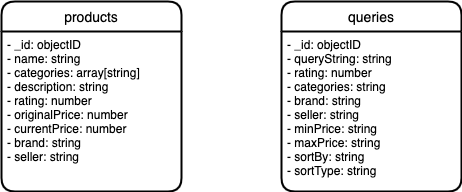
This is images/database-design.png from ncd/iCommerce-project, a draw.io export, as it was before one commit. Source tidied: cells renumbered, new cells last; positions are measured from the earlier drawing's top-left corner, leaving out a move shared by most shapes.
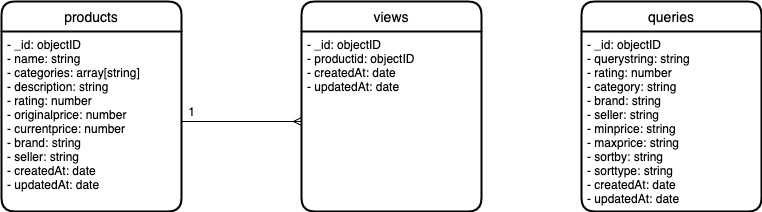
Later version of the same file.

Change to the diagram source:
```diff
@@ -3,16 +3,28 @@
     <mxCell id="0" />
     <mxCell id="1" parent="0" />
     <mxCell id="2" value="products" style="swimlane;horizontal=1;startSize=30;rounded=1;fontSize=14;fontStyle=0;strokeWidth=2;shadow=0;dashed=0;align=center;" parent="1" vertex="1">
-      <mxGeometry width="180" height="190" as="geometry" />
+      <mxGeometry x="-90" y="-110" width="180" height="210" as="geometry" />
     </mxCell>
-    <mxCell id="3" value="- _id: objectID&#10;- name: string&#10;- categories: array[string]&#10;- description: string&#10;- rating: number&#10;- originalPrice: number&#10;- currentPrice: number&#10;- brand: string&#10;- seller: string" style="align=left;strokeColor=none;fillColor=none;spacingLeft=4;fontSize=12;verticalAlign=top;" parent="2" vertex="1">
-      <mxGeometry y="30" width="180" height="160" as="geometry" />
+    <mxCell id="3" value="- _id: objectID&#10;- name: string&#10;- categories: array[string]&#10;- description: string&#10;- rating: number&#10;- originalprice: number&#10;- currentprice: number&#10;- brand: string&#10;- seller: string&#10;- createdAt: date&#10;- updatedAt: date" style="align=left;strokeColor=none;fillColor=none;spacingLeft=4;fontSize=12;verticalAlign=top;" parent="2" vertex="1">
+      <mxGeometry y="30" width="180" height="180" as="geometry" />
     </mxCell>
+    <mxCell id="6" value="views" style="swimlane;horizontal=1;startSize=30;rounded=1;fontSize=14;fontStyle=0;strokeWidth=2;shadow=0;dashed=0;align=center;" parent="1" vertex="1">
+      <mxGeometry x="210" y="-110" width="180" height="210" as="geometry" />
+    </mxCell>
+    <mxCell id="7" value="- _id: objectID&#10;- productid: objectID&#10;- createdAt: date&#10;- updatedAt: date" style="align=left;strokeColor=none;fillColor=none;spacingLeft=4;fontSize=12;verticalAlign=top;" parent="6" vertex="1">
+      <mxGeometry y="30" width="180" height="180" as="geometry" />
+    </mxCell>
     <mxCell id="4" value="queries" style="swimlane;horizontal=1;startSize=30;rounded=1;fontSize=14;fontStyle=0;strokeWidth=2;shadow=0;dashed=0;align=center;" parent="1" vertex="1">
-      <mxGeometry x="280" width="180" height="190" as="geometry" />
+      <mxGeometry x="490" y="-110" width="180" height="210" as="geometry" />
     </mxCell>
-    <mxCell id="5" value="- _id: objectID&#10;- queryString: string&#10;- rating: number&#10;- categories: string&#10;- brand: string&#10;- seller: string&#10;- minPrice: string&#10;- maxPrice: string&#10;- sortBy: string&#10;- sortType: string" style="align=left;strokeColor=none;fillColor=none;spacingLeft=4;fontSize=12;verticalAlign=top;" parent="4" vertex="1">
-      <mxGeometry y="30" width="180" height="160" as="geometry" />
+    <mxCell id="5" value="- _id: objectID&#10;- querystring: string&#10;- rating: number&#10;- category: string&#10;- brand: string&#10;- seller: string&#10;- minprice: string&#10;- maxprice: string&#10;- sortby: string&#10;- sorttype: string&#10;- createdAt: date&#10;- updatedAt: date" style="align=left;strokeColor=none;fillColor=none;spacingLeft=4;fontSize=12;verticalAlign=top;" parent="4" vertex="1">
+      <mxGeometry y="30" width="180" height="180" as="geometry" />
     </mxCell>
+    <mxCell id="8" style="edgeStyle=orthogonalEdgeStyle;rounded=0;jettySize=auto;html=1;entryX=0;entryY=0.5;entryDx=0;entryDy=0;endArrow=ERmany;endFill=0;" parent="1" edge="1" source="3" target="7">
+      <mxGeometry relative="1" as="geometry" />
+    </mxCell>
+    <mxCell id="9" value="1" style="text;html=1;align=center;verticalAlign=middle;" parent="1" vertex="1">
+      <mxGeometry x="90" y="-10" width="20" height="20" as="geometry" />
+    </mxCell>
   </root>
 </mxGraphModel>
```
